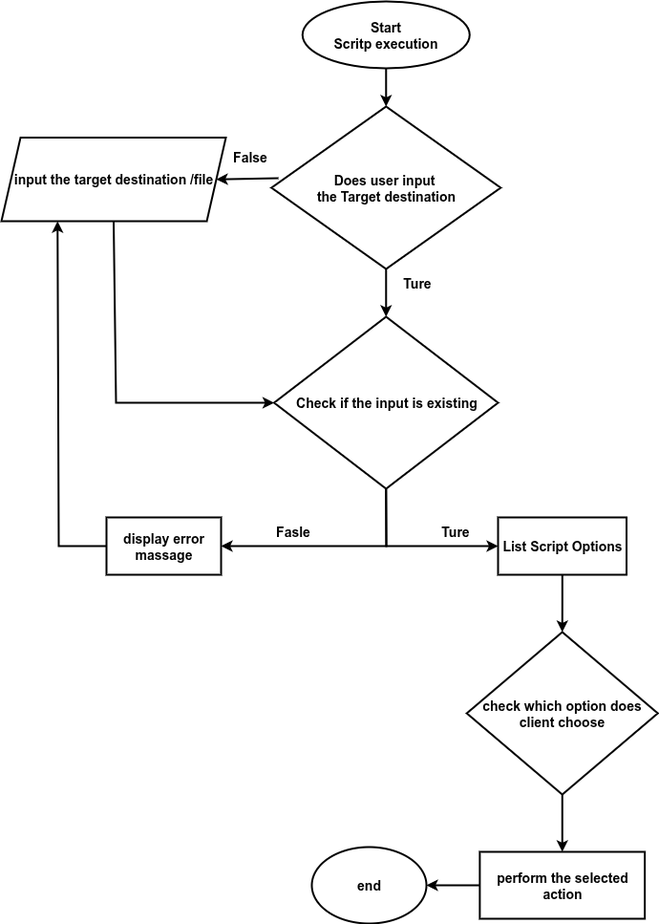
Earlier version of the draw.io export Assets/Flowchart.png (MUHAMMEDFAThiMOHEB/The-Compressing-Ladybug). Source tidied: cells renumbered, new cells last; positions are measured from the earlier drawing's top-left corner, leaving out a move shared by most shapes.
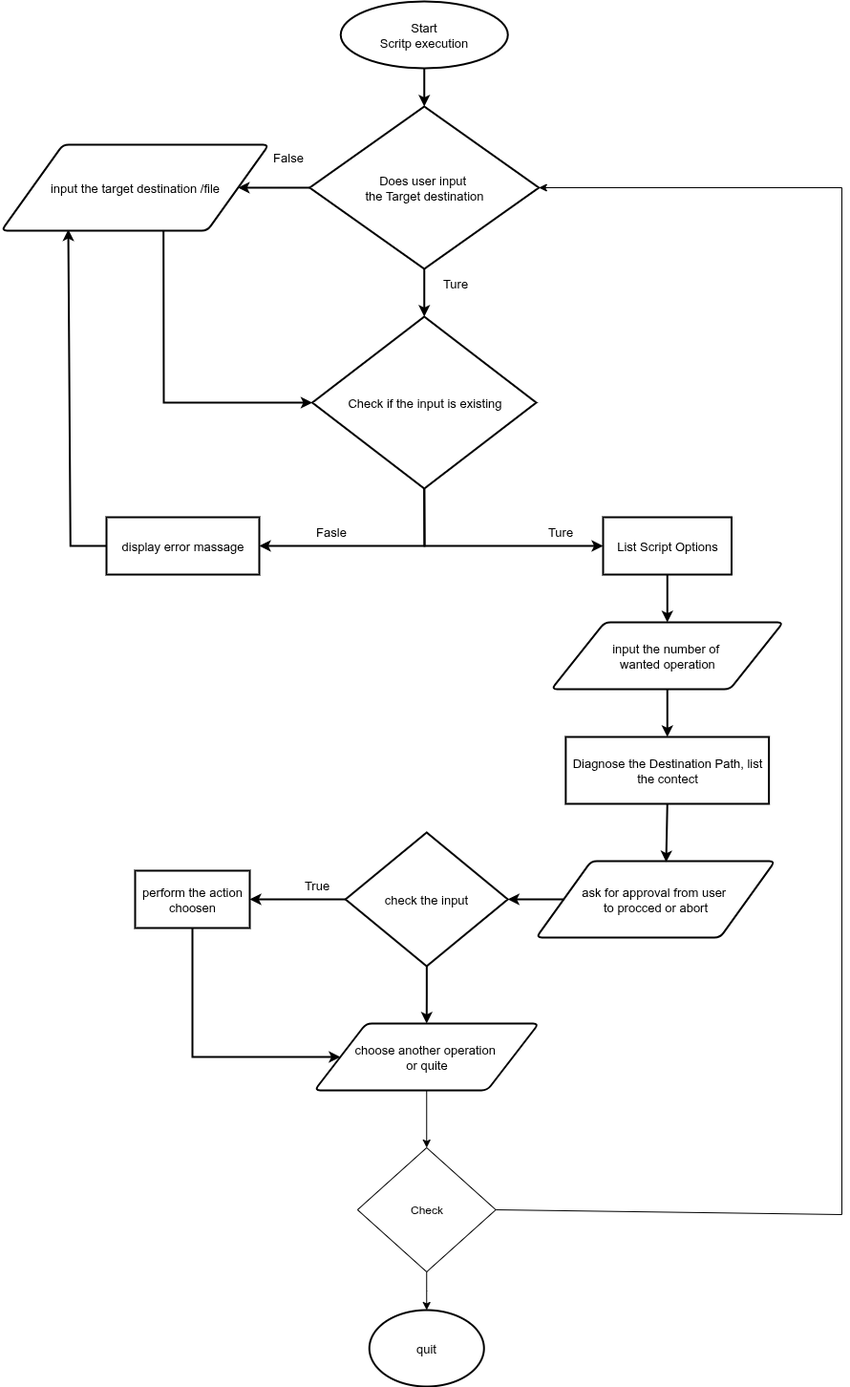
Later version of the same file.

The edit, as a diff of the source:
```diff
@@ -2,92 +2,139 @@
   <root>
     <mxCell id="0" />
     <mxCell id="1" parent="0" />
-    <mxCell id="2" value="&lt;font&gt;&lt;span&gt;Start&lt;/span&gt;&lt;/font&gt;&lt;div&gt;&lt;font&gt;&lt;span&gt;Scritp execution&lt;/span&gt;&lt;/font&gt;&lt;/div&gt;" style="strokeWidth=2;html=1;shape=mxgraph.flowchart.start_1;whiteSpace=wrap;fontSize=14;fontStyle=1;" parent="1" vertex="1">
+    <mxCell id="2" value="&lt;font&gt;&lt;span&gt;Start&lt;/span&gt;&lt;/font&gt;&lt;div&gt;&lt;font&gt;&lt;span&gt;Scritp execution&lt;/span&gt;&lt;/font&gt;&lt;/div&gt;" style="strokeWidth=2;html=1;shape=mxgraph.flowchart.start_1;whiteSpace=wrap;fontSize=13;fontStyle=0;" parent="1" vertex="1">
       <mxGeometry x="315.2" width="175" height="70" as="geometry" />
     </mxCell>
-    <mxCell id="3" value="&lt;span&gt;&lt;font&gt;Does user input&amp;nbsp;&lt;/font&gt;&lt;/span&gt;&lt;div&gt;&lt;span&gt;&lt;font&gt;the Target destination&lt;/font&gt;&lt;/span&gt;&lt;/div&gt;" style="strokeWidth=2;html=1;shape=mxgraph.flowchart.decision;whiteSpace=wrap;fontSize=14;fontStyle=1;" parent="1" vertex="1">
+    <mxCell id="3" value="&lt;span&gt;&lt;font&gt;Does user input&amp;nbsp;&lt;/font&gt;&lt;/span&gt;&lt;div&gt;&lt;span&gt;&lt;font&gt;the Target destination&lt;/font&gt;&lt;/span&gt;&lt;/div&gt;" style="strokeWidth=2;html=1;shape=mxgraph.flowchart.decision;whiteSpace=wrap;fontSize=13;fontStyle=0;" parent="1" vertex="1">
       <mxGeometry x="282.8" y="110" width="240" height="170" as="geometry" />
     </mxCell>
-    <mxCell id="4" style="endArrow=classic;html=1;rounded=0;exitX=0.5;exitY=1;exitDx=0;exitDy=0;exitPerimeter=0;entryX=0.5;entryY=0;entryDx=0;entryDy=0;entryPerimeter=0;fontSize=14;fontStyle=1;strokeWidth=2;" parent="1" edge="1" source="2" target="3">
+    <mxCell id="4" style="endArrow=classic;html=1;rounded=0;exitX=0.5;exitY=1;exitDx=0;exitDy=0;exitPerimeter=0;entryX=0.5;entryY=0;entryDx=0;entryDy=0;entryPerimeter=0;fontSize=13;fontStyle=0;strokeWidth=2;" parent="1" edge="1" source="2" target="3">
       <mxGeometry relative="1" as="geometry" />
     </mxCell>
-    <mxCell id="5" style="endArrow=classic;html=1;rounded=0;exitX=0.5;exitY=1;exitDx=0;exitDy=0;exitPerimeter=0;entryX=0.5;entryY=0;entryDx=0;entryDy=0;entryPerimeter=0;fontSize=14;fontStyle=1;strokeWidth=2;" parent="1" edge="1" source="3" target="11">
+    <mxCell id="5" style="endArrow=classic;html=1;rounded=0;exitX=0.5;exitY=1;exitDx=0;exitDy=0;exitPerimeter=0;entryX=0.5;entryY=0;entryDx=0;entryDy=0;entryPerimeter=0;fontSize=13;fontStyle=0;strokeWidth=2;" parent="1" edge="1" source="3" target="11">
       <mxGeometry relative="1" as="geometry" />
     </mxCell>
-    <mxCell id="6" style="endArrow=classic;html=1;rounded=0;entryX=1;entryY=0.5;entryDx=0;entryDy=0;fontSize=14;fontStyle=1;strokeWidth=2;" parent="1" edge="1" target="10">
-      <mxGeometry relative="1" as="geometry">
-        <mxPoint x="290" y="185" as="sourcePoint" />
-      </mxGeometry>
+    <mxCell id="6" style="endArrow=classic;html=1;rounded=0;entryX=1;entryY=0.5;entryDx=0;entryDy=0;fontSize=13;fontStyle=0;strokeWidth=2;exitX=0;exitY=0.5;exitDx=0;exitDy=0;exitPerimeter=0;" parent="1" edge="1" source="3" target="10">
+      <mxGeometry relative="1" as="geometry" />
     </mxCell>
-    <mxCell id="7" value="False" style="text;html=1;align=center;verticalAlign=middle;strokeColor=none;fillColor=none;fontSize=14;fontStyle=1;strokeWidth=2;" parent="1" vertex="1">
+    <mxCell id="7" value="False" style="text;html=1;align=center;verticalAlign=middle;strokeColor=none;fillColor=none;fontSize=13;fontStyle=0;strokeWidth=2;" parent="1" vertex="1">
       <mxGeometry x="230" y="148" width="60" height="30" as="geometry" />
     </mxCell>
-    <mxCell id="8" value="Ture" style="text;html=1;align=center;verticalAlign=middle;strokeColor=none;fillColor=none;fontSize=14;fontStyle=1;strokeWidth=2;" parent="1" vertex="1">
+    <mxCell id="8" value="Ture" style="text;html=1;align=center;verticalAlign=middle;strokeColor=none;fillColor=none;fontSize=13;fontStyle=0;strokeWidth=2;" parent="1" vertex="1">
       <mxGeometry x="410" y="280" width="50" height="30" as="geometry" />
     </mxCell>
-    <mxCell id="9" style="endArrow=classic;html=1;rounded=0;entryX=0;entryY=0.5;entryDx=0;entryDy=0;exitX=0.5;exitY=1;exitDx=0;exitDy=0;entryPerimeter=0;fontSize=14;fontStyle=1;strokeWidth=2;" parent="1" edge="1" source="10" target="11">
+    <mxCell id="9" style="endArrow=classic;html=1;rounded=0;entryX=0;entryY=0.5;entryDx=0;entryDy=0;exitX=0.606;exitY=0.999;exitDx=0;exitDy=0;entryPerimeter=0;fontSize=13;fontStyle=0;strokeWidth=2;exitPerimeter=0;" parent="1" edge="1" source="10" target="11">
       <mxGeometry relative="1" as="geometry">
         <Array as="points">
-          <mxPoint x="120" y="420" />
+          <mxPoint x="130" y="420" />
         </Array>
       </mxGeometry>
     </mxCell>
-    <mxCell id="10" value="&lt;font&gt;input the target destination /file&lt;/font&gt;" style="shape=parallelogram;perimeter=parallelogramPerimeter;whiteSpace=wrap;html=1;fixedSize=1;fontSize=14;fontStyle=1;strokeWidth=2;" parent="1" vertex="1">
-      <mxGeometry y="142.5" width="235" height="87.5" as="geometry" />
-    </mxCell>
-    <mxCell id="11" value="&lt;span&gt;Check if the input is existing&lt;/span&gt;" style="strokeWidth=2;html=1;shape=mxgraph.flowchart.decision;whiteSpace=wrap;fontSize=14;fontStyle=1;" parent="1" vertex="1">
+    <mxCell id="11" value="&lt;span&gt;Check if the input is existing&lt;/span&gt;" style="strokeWidth=2;html=1;shape=mxgraph.flowchart.decision;whiteSpace=wrap;fontSize=13;fontStyle=0;" parent="1" vertex="1">
       <mxGeometry x="285.5" y="330" width="234.5" height="180" as="geometry" />
     </mxCell>
-    <mxCell id="12" value="display error massage" style="rounded=0;whiteSpace=wrap;html=1;fontSize=14;fontStyle=1;strokeWidth=2;" parent="1" vertex="1">
-      <mxGeometry x="110" y="540" width="120" height="60" as="geometry" />
+    <mxCell id="12" value="display error massage" style="rounded=0;whiteSpace=wrap;html=1;fontSize=13;fontStyle=0;strokeWidth=2;" parent="1" vertex="1">
+      <mxGeometry x="70" y="540" width="160" height="60" as="geometry" />
     </mxCell>
-    <mxCell id="13" style="edgeStyle=orthogonalEdgeStyle;rounded=0;jettySize=auto;html=1;entryX=0.5;entryY=0;entryDx=0;entryDy=0;fontSize=14;fontStyle=1;strokeWidth=2;" parent="1" edge="1" source="14" target="16">
-      <mxGeometry relative="1" as="geometry" />
-    </mxCell>
-    <mxCell id="14" value="List Script Options" style="rounded=0;whiteSpace=wrap;html=1;fontSize=14;fontStyle=1;strokeWidth=2;" parent="1" vertex="1">
-      <mxGeometry x="520" y="540" width="134.5" height="60" as="geometry" />
+    <mxCell id="14" value="List Script Options" style="rounded=0;whiteSpace=wrap;html=1;fontSize=13;fontStyle=0;strokeWidth=2;" parent="1" vertex="1">
+      <mxGeometry x="590" y="540" width="134.5" height="60" as="geometry" />
     </mxCell>
-    <mxCell id="15" style="edgeStyle=orthogonalEdgeStyle;rounded=0;jettySize=auto;html=1;exitX=0.5;exitY=1;exitDx=0;exitDy=0;entryX=0.5;entryY=0;entryDx=0;entryDy=0;fontSize=14;fontStyle=1;strokeWidth=2;" parent="1" edge="1" source="16" target="21">
-      <mxGeometry relative="1" as="geometry" />
-    </mxCell>
-    <mxCell id="16" value="check which option does client choose" style="rhombus;whiteSpace=wrap;html=1;fontSize=14;fontStyle=1;strokeWidth=2;" parent="1" vertex="1">
-      <mxGeometry x="487.2" y="660" width="200" height="170" as="geometry" />
-    </mxCell>
-    <mxCell id="17" style="endArrow=classic;html=1;rounded=0;exitX=0.5;exitY=1;exitDx=0;exitDy=0;exitPerimeter=0;entryX=0;entryY=0.5;entryDx=0;entryDy=0;fontSize=14;fontStyle=1;strokeWidth=2;" parent="1" edge="1" source="11" target="14">
+    <mxCell id="17" style="endArrow=classic;html=1;rounded=0;exitX=0.5;exitY=1;exitDx=0;exitDy=0;exitPerimeter=0;entryX=0;entryY=0.5;entryDx=0;entryDy=0;fontSize=13;fontStyle=0;strokeWidth=2;" parent="1" edge="1" source="11" target="14">
       <mxGeometry relative="1" as="geometry">
         <Array as="points">
           <mxPoint x="403" y="570" />
         </Array>
       </mxGeometry>
     </mxCell>
-    <mxCell id="18" style="endArrow=classic;html=1;rounded=0;exitX=0;exitY=0.5;exitDx=0;exitDy=0;entryX=0.25;entryY=1;entryDx=0;entryDy=0;fontSize=14;fontStyle=1;strokeWidth=2;" parent="1" edge="1" source="12" target="10">
+    <mxCell id="18" style="endArrow=classic;html=1;rounded=0;exitX=0;exitY=0.5;exitDx=0;exitDy=0;entryX=0.412;entryY=0.986;entryDx=0;entryDy=0;fontSize=13;fontStyle=0;strokeWidth=2;entryPerimeter=0;" parent="1" edge="1" source="12">
       <mxGeometry relative="1" as="geometry">
+        <mxPoint x="30" y="238.7" as="targetPoint" />
         <Array as="points">
-          <mxPoint x="60" y="570" />
+          <mxPoint x="32.3" y="570" />
         </Array>
       </mxGeometry>
     </mxCell>
-    <mxCell id="19" value="Fasle" style="text;html=1;align=center;verticalAlign=middle;strokeColor=none;fillColor=none;fontSize=14;fontStyle=1;strokeWidth=2;" parent="1" vertex="1">
+    <mxCell id="19" value="Fasle" style="text;html=1;align=center;verticalAlign=middle;strokeColor=none;fillColor=none;fontSize=13;fontStyle=0;strokeWidth=2;" parent="1" vertex="1">
       <mxGeometry x="275" y="540" width="60" height="30" as="geometry" />
     </mxCell>
-    <mxCell id="20" value="Ture" style="text;html=1;align=center;verticalAlign=middle;strokeColor=none;fillColor=none;fontSize=14;fontStyle=1;strokeWidth=2;" parent="1" vertex="1">
-      <mxGeometry x="450" y="540" width="50" height="30" as="geometry" />
+    <mxCell id="20" value="Ture" style="text;html=1;align=center;verticalAlign=middle;strokeColor=none;fillColor=none;fontSize=13;fontStyle=0;strokeWidth=2;" parent="1" vertex="1">
+      <mxGeometry x="520" y="540" width="50" height="30" as="geometry" />
     </mxCell>
-    <mxCell id="21" value="perform the selected action" style="rounded=0;whiteSpace=wrap;html=1;fontSize=14;fontStyle=1;strokeWidth=2;" parent="1" vertex="1">
-      <mxGeometry x="500.9" y="890" width="172.8" height="70" as="geometry" />
+    <mxCell id="21" value="&lt;span style=&quot;&quot;&gt;Diagnose the Destination Path, list the contect&lt;/span&gt;" style="rounded=0;whiteSpace=wrap;html=1;fontSize=13;fontStyle=0;strokeWidth=2;" parent="1" vertex="1">
+      <mxGeometry x="550.9" y="770" width="212.8" height="70" as="geometry" />
     </mxCell>
-    <mxCell id="22" value="end" style="ellipse;whiteSpace=wrap;html=1;fontSize=14;fontStyle=1;strokeWidth=2;" parent="1" vertex="1">
-      <mxGeometry x="325" y="885" width="120" height="80" as="geometry" />
-    </mxCell>
-    <mxCell id="23" style="endArrow=classic;html=1;rounded=0;exitX=0;exitY=0.5;exitDx=0;exitDy=0;entryX=1;entryY=0.5;entryDx=0;entryDy=0;fontSize=14;fontStyle=1;strokeWidth=2;" parent="1" edge="1" source="21" target="22">
-      <mxGeometry relative="1" as="geometry" />
-    </mxCell>
-    <mxCell id="24" style="endArrow=classic;html=1;rounded=0;exitX=0.5;exitY=1;exitDx=0;exitDy=0;exitPerimeter=0;entryX=1;entryY=0.5;entryDx=0;entryDy=0;strokeWidth=2;" parent="1" edge="1" source="11" target="12">
+    <mxCell id="24" style="endArrow=classic;html=1;rounded=0;exitX=0.5;exitY=1;exitDx=0;exitDy=0;exitPerimeter=0;entryX=1;entryY=0.5;entryDx=0;entryDy=0;strokeWidth=2;fontSize=13;fontStyle=0;" parent="1" edge="1" source="11" target="12">
       <mxGeometry relative="1" as="geometry">
         <Array as="points">
           <mxPoint x="403" y="570" />
         </Array>
       </mxGeometry>
     </mxCell>
+    <mxCell id="10" value="&lt;span style=&quot;&quot;&gt;input the target destination /file&lt;/span&gt;" style="shape=parallelogram;html=1;strokeWidth=2;perimeter=parallelogramPerimeter;whiteSpace=wrap;rounded=1;arcSize=12;size=0.23;fontSize=13;fontStyle=0;" parent="1" vertex="1">
+      <mxGeometry x="-40" y="150" width="280" height="90" as="geometry" />
+    </mxCell>
+    <mxCell id="25" style="edgeStyle=orthogonalEdgeStyle;rounded=0;jettySize=auto;html=1;entryX=0.5;entryY=0;entryDx=0;entryDy=0;fontSize=13;fontStyle=0;strokeWidth=2;" parent="1" edge="1" source="26" target="21">
+      <mxGeometry relative="1" as="geometry" />
+    </mxCell>
+    <mxCell id="26" value="input the number of&amp;nbsp;&lt;div&gt;wanted operation&lt;/div&gt;" style="shape=parallelogram;html=1;strokeWidth=2;perimeter=parallelogramPerimeter;whiteSpace=wrap;rounded=1;arcSize=12;size=0.23;fontSize=13;fontStyle=0;" parent="1" vertex="1">
+      <mxGeometry x="535.9" y="650" width="242.8" height="70" as="geometry" />
+    </mxCell>
+    <mxCell id="27" style="endArrow=classic;html=1;rounded=0;exitX=0.5;exitY=1;exitDx=0;exitDy=0;entryX=0.5;entryY=0;entryDx=0;entryDy=0;fontSize=13;fontStyle=0;strokeWidth=2;" parent="1" edge="1" source="14" target="26">
+      <mxGeometry relative="1" as="geometry" />
+    </mxCell>
+    <mxCell id="28" value="ask for approval from user&amp;nbsp;&lt;div&gt;to procced or abort&lt;/div&gt;" style="shape=parallelogram;html=1;strokeWidth=2;perimeter=parallelogramPerimeter;whiteSpace=wrap;rounded=1;arcSize=12;size=0.23;rotation=0;fontSize=13;fontStyle=0;" parent="1" vertex="1">
+      <mxGeometry x="520" y="900" width="250" height="80" as="geometry" />
+    </mxCell>
+    <mxCell id="29" style="edgeStyle=orthogonalEdgeStyle;rounded=0;jettySize=auto;html=1;entryX=0.5;entryY=0;entryDx=0;entryDy=0;fontSize=13;fontStyle=0;strokeWidth=2;" parent="1" edge="1" source="30" target="36">
+      <mxGeometry relative="1" as="geometry" />
+    </mxCell>
+    <mxCell id="30" value="check the input" style="rhombus;whiteSpace=wrap;html=1;fontSize=13;fontStyle=0;strokeWidth=2;" parent="1" vertex="1">
+      <mxGeometry x="320.2" y="870" width="170" height="140" as="geometry" />
+    </mxCell>
+    <mxCell id="31" style="endArrow=classic;html=1;rounded=0;exitX=0;exitY=0.5;exitDx=0;exitDy=0;entryX=1;entryY=0.5;entryDx=0;entryDy=0;fontSize=13;fontStyle=0;strokeWidth=2;" parent="1" edge="1" source="28" target="30">
+      <mxGeometry relative="1" as="geometry" />
+    </mxCell>
+    <mxCell id="32" style="endArrow=classic;html=1;rounded=0;exitX=0.5;exitY=1;exitDx=0;exitDy=0;entryX=0.544;entryY=0.014;entryDx=0;entryDy=0;entryPerimeter=0;fontSize=13;fontStyle=0;strokeWidth=2;" parent="1" edge="1" source="21" target="28">
+      <mxGeometry relative="1" as="geometry" />
+    </mxCell>
+    <mxCell id="33" value="perform the action choosen" style="rounded=0;whiteSpace=wrap;html=1;fontSize=13;fontStyle=0;strokeWidth=2;" parent="1" vertex="1">
+      <mxGeometry x="100" y="910" width="120" height="60" as="geometry" />
+    </mxCell>
+    <mxCell id="34" style="endArrow=classic;html=1;rounded=0;exitX=0;exitY=0.5;exitDx=0;exitDy=0;entryX=1;entryY=0.5;entryDx=0;entryDy=0;fontSize=13;fontStyle=0;strokeWidth=2;" parent="1" edge="1" source="30" target="33">
+      <mxGeometry relative="1" as="geometry" />
+    </mxCell>
+    <mxCell id="35" style="edgeStyle=orthogonalEdgeStyle;rounded=0;jettySize=auto;html=1;exitX=0.5;exitY=1;exitDx=0;exitDy=0;entryX=0.5;entryY=0;entryDx=0;entryDy=0;" parent="1" edge="1" source="36" target="41">
+      <mxGeometry relative="1" as="geometry" />
+    </mxCell>
+    <mxCell id="36" value="choose another operation&amp;nbsp;&lt;div&gt;or quite&lt;/div&gt;" style="shape=parallelogram;html=1;strokeWidth=2;perimeter=parallelogramPerimeter;whiteSpace=wrap;rounded=1;arcSize=12;size=0.23;fontSize=13;fontStyle=0;" parent="1" vertex="1">
+      <mxGeometry x="287.9" y="1070" width="234.8" height="70" as="geometry" />
+    </mxCell>
+    <mxCell id="37" value="True" style="text;html=1;align=center;verticalAlign=middle;strokeColor=none;fillColor=none;fontSize=13;fontStyle=0;strokeWidth=2;" parent="1" vertex="1">
+      <mxGeometry x="265.2" y="910" width="50" height="30" as="geometry" />
+    </mxCell>
+    <mxCell id="38" style="endArrow=classic;html=1;rounded=0;exitX=0.5;exitY=1;exitDx=0;exitDy=0;entryX=0;entryY=0.5;entryDx=0;entryDy=0;fontSize=13;fontStyle=0;strokeWidth=2;" parent="1" edge="1" source="33" target="36">
+      <mxGeometry relative="1" as="geometry">
+        <Array as="points">
+          <mxPoint x="160" y="1105" />
+        </Array>
+      </mxGeometry>
+    </mxCell>
+    <mxCell id="39" value="quit" style="ellipse;whiteSpace=wrap;html=1;fontSize=13;fontStyle=0;strokeWidth=2;" parent="1" vertex="1">
+      <mxGeometry x="345.2" y="1370" width="120" height="80" as="geometry" />
+    </mxCell>
+    <mxCell id="40" style="edgeStyle=orthogonalEdgeStyle;rounded=0;jettySize=auto;html=1;exitX=0.5;exitY=1;exitDx=0;exitDy=0;entryX=0.5;entryY=0;entryDx=0;entryDy=0;" parent="1" edge="1" source="41" target="39">
+      <mxGeometry relative="1" as="geometry" />
+    </mxCell>
+    <mxCell id="41" value="Check" style="rhombus;whiteSpace=wrap;html=1;" parent="1" vertex="1">
+      <mxGeometry x="332.9" y="1200" width="144.8" height="130" as="geometry" />
+    </mxCell>
+    <mxCell id="42" style="endArrow=classic;html=1;rounded=0;exitX=1;exitY=0.5;exitDx=0;exitDy=0;entryX=1;entryY=0.5;entryDx=0;entryDy=0;entryPerimeter=0;" parent="1" edge="1" source="41" target="3">
+      <mxGeometry relative="1" as="geometry">
+        <Array as="points">
+          <mxPoint x="840" y="1270" />
+          <mxPoint x="840" y="195" />
+        </Array>
+      </mxGeometry>
+    </mxCell>
   </root>
 </mxGraphModel>
```
